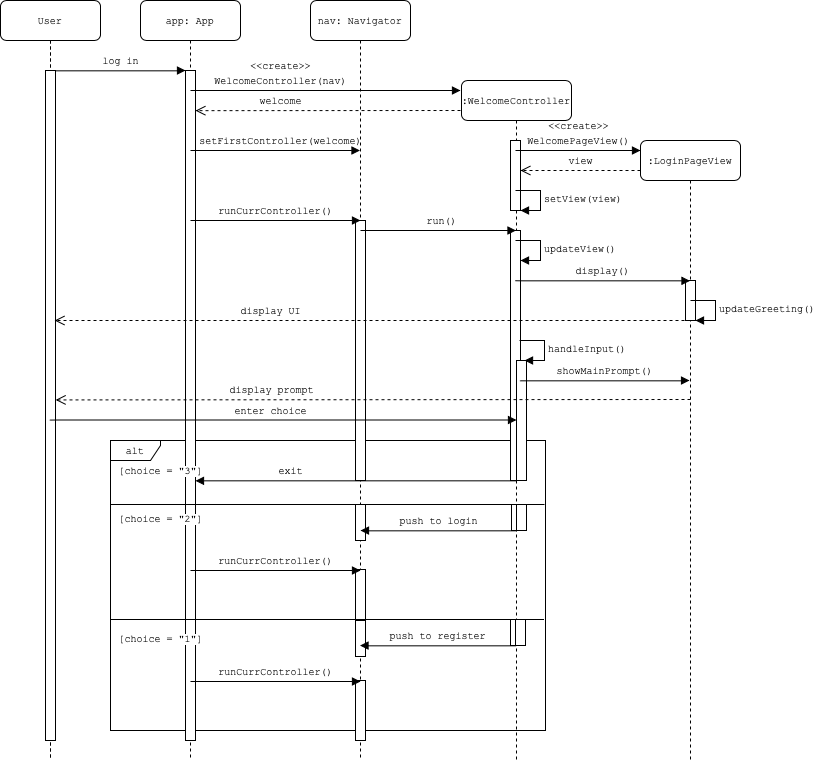
emmaneugene/CS102-social-magnet keeps this draw.io diagram as docs/sequence/welcome-sequence.png. Above is the earlier version. Source tidied: cells renumbered, new cells last; positions are measured from the earlier drawing's top-left corner, leaving out a move shared by most shapes.
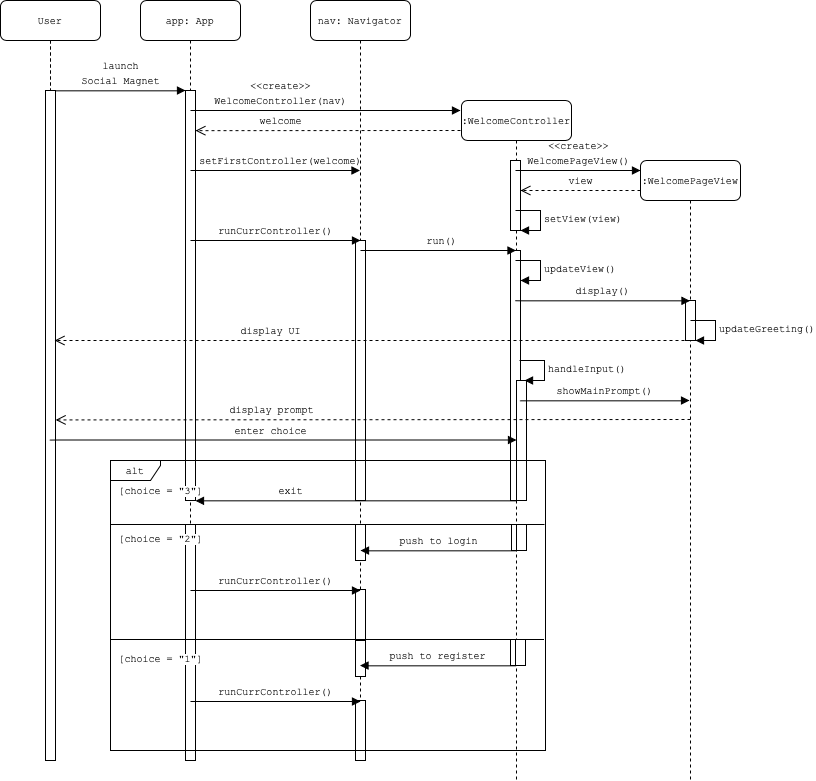
Later version of the same file.

Commit message:
Fix welcome sequence

The edit, as a diff of the source:
```diff
@@ -2,9 +2,6 @@
   <root>
     <mxCell id="0" />
     <mxCell id="1" parent="0" />
-    <mxCell id="2" value="&lt;font style=&quot;font-size: 10px&quot; face=&quot;Courier New&quot;&gt;alt&lt;/font&gt;" style="shape=umlFrame;whiteSpace=wrap;html=1;width=50;height=20;" parent="1" vertex="1">
-      <mxGeometry x="110" y="440" width="435" height="290" as="geometry" />
-    </mxCell>
     <mxCell id="3" value="&lt;font style=&quot;font-size: 10px&quot; face=&quot;Courier New&quot;&gt;:WelcomeController&lt;/font&gt;" style="shape=umlLifeline;perimeter=lifelinePerimeter;whiteSpace=wrap;html=1;outlineConnect=0;rounded=1;shadow=0;comic=0;labelBackgroundColor=none;strokeWidth=1;fontFamily=Verdana;fontSize=12;align=center;" parent="1" vertex="1">
       <mxGeometry x="461" y="80" width="110" height="680" as="geometry" />
     </mxCell>
@@ -18,30 +15,30 @@
       <mxGeometry x="510" y="140" width="10" height="70" as="geometry" />
     </mxCell>
     <mxCell id="7" value="&lt;font style=&quot;font-size: 10px&quot; face=&quot;Courier New&quot;&gt;app: App&lt;/font&gt;" style="shape=umlLifeline;perimeter=lifelinePerimeter;whiteSpace=wrap;html=1;rounded=1;shadow=0;comic=0;labelBackgroundColor=none;strokeWidth=1;fontFamily=Verdana;fontSize=12;align=center;" parent="1" vertex="1">
-      <mxGeometry x="140" width="100" height="760" as="geometry" />
+      <mxGeometry x="140" y="-20" width="100" height="760" as="geometry" />
     </mxCell>
     <mxCell id="8" style="html=1;points=[];perimeter=orthogonalPerimeter;rounded=0;shadow=0;comic=0;labelBackgroundColor=none;strokeWidth=1;fontFamily=Verdana;fontSize=12;align=center;" parent="7" vertex="1">
-      <mxGeometry x="45" y="70" width="10" height="480" as="geometry" />
+      <mxGeometry x="45" y="90" width="10" height="410" as="geometry" />
     </mxCell>
     <mxCell id="9" value="&lt;font face=&quot;Courier New&quot; style=&quot;font-size: 10px ; background-color: rgb(255 , 255 , 255)&quot;&gt;[choice = &quot;3&quot;]&lt;/font&gt;" style="text;html=1;align=center;verticalAlign=middle;" parent="7" vertex="1">
-      <mxGeometry x="-30" y="460" width="100" height="20" as="geometry" />
+      <mxGeometry x="-30" y="480" width="100" height="20" as="geometry" />
     </mxCell>
     <mxCell id="10" style="html=1;perimeter=orthogonalPerimeter;rounded=0;shadow=0;comic=0;labelBackgroundColor=none;strokeWidth=1;fontFamily=Verdana;fontSize=12;align=center;" parent="7" vertex="1">
-      <mxGeometry x="45" y="504" width="10" height="236" as="geometry" />
+      <mxGeometry x="45" y="524" width="10" height="236" as="geometry" />
     </mxCell>
-    <mxCell id="11" value="&lt;span style=&quot;font-family: &amp;#34;courier new&amp;#34; ; font-size: 10px&quot;&gt;:LoginPageView&lt;/span&gt;" style="shape=umlLifeline;perimeter=lifelinePerimeter;whiteSpace=wrap;html=1;outlineConnect=0;rounded=1;shadow=0;comic=0;labelBackgroundColor=none;strokeWidth=1;fontFamily=Verdana;fontSize=12;align=center;" parent="1" vertex="1">
+    <mxCell id="11" value="&lt;font face=&quot;courier new&quot; size=&quot;1&quot;&gt;:WelcomePageView&lt;/font&gt;" style="shape=umlLifeline;perimeter=lifelinePerimeter;whiteSpace=wrap;html=1;outlineConnect=0;rounded=1;shadow=0;comic=0;labelBackgroundColor=none;strokeWidth=1;fontFamily=Verdana;fontSize=12;align=center;" parent="1" vertex="1">
       <mxGeometry x="640" y="140" width="100" height="620" as="geometry" />
     </mxCell>
     <mxCell id="12" style="html=1;perimeter=orthogonalPerimeter;rounded=0;shadow=0;comic=0;labelBackgroundColor=none;strokeWidth=1;fontFamily=Verdana;fontSize=12;align=center;" parent="11" vertex="1">
       <mxGeometry x="45" y="140" width="10" height="40" as="geometry" />
     </mxCell>
     <mxCell id="13" value="&lt;font style=&quot;font-size: 10px&quot; face=&quot;Courier New&quot;&gt;User&lt;/font&gt;" style="shape=umlLifeline;perimeter=lifelinePerimeter;whiteSpace=wrap;html=1;rounded=1;shadow=0;comic=0;labelBackgroundColor=none;strokeWidth=1;fontFamily=Verdana;fontSize=12;align=center;" parent="1" vertex="1">
-      <mxGeometry width="100" height="760" as="geometry" />
+      <mxGeometry y="-20" width="100" height="760" as="geometry" />
     </mxCell>
     <mxCell id="14" style="html=1;points=[];perimeter=orthogonalPerimeter;rounded=0;shadow=0;comic=0;labelBackgroundColor=none;strokeWidth=1;fontFamily=Verdana;fontSize=12;align=center;" parent="13" vertex="1">
-      <mxGeometry x="45" y="70" width="10" height="670" as="geometry" />
+      <mxGeometry x="45" y="90" width="10" height="670" as="geometry" />
     </mxCell>
-    <mxCell id="15" value="&lt;font face=&quot;Courier New&quot; size=&quot;1&quot;&gt;log in&lt;/font&gt;" style="html=1;verticalAlign=bottom;endArrow=block;entryX=0;entryY=0;labelBackgroundColor=none;fontFamily=Verdana;fontSize=12;edgeStyle=elbowEdgeStyle;elbow=vertical;" parent="1" edge="1" source="14" target="8">
+    <mxCell id="15" value="&lt;font face=&quot;Courier New&quot; size=&quot;1&quot;&gt;launch&lt;br&gt;Social Magnet&lt;br&gt;&lt;/font&gt;" style="html=1;verticalAlign=bottom;endArrow=block;entryX=0;entryY=0;labelBackgroundColor=none;fontFamily=Verdana;fontSize=12;edgeStyle=elbowEdgeStyle;elbow=vertical;" parent="1" edge="1" source="14" target="8">
       <mxGeometry relative="1" as="geometry" />
     </mxCell>
     <mxCell id="16" value="&lt;font face=&quot;Courier New&quot; style=&quot;font-size: 10px&quot;&gt;&amp;lt;&amp;lt;create&amp;gt;&amp;gt;&lt;br&gt;WelcomeController(nav)&lt;/font&gt;" style="html=1;verticalAlign=bottom;endArrow=block;labelBackgroundColor=none;fontFamily=Verdana;fontSize=12;edgeStyle=elbowEdgeStyle;elbow=vertical;" parent="1" edge="1">
@@ -93,29 +90,29 @@
       </mxGeometry>
     </mxCell>
     <mxCell id="20" value="&lt;font style=&quot;font-size: 10px&quot; face=&quot;Courier New&quot;&gt;nav: Navigator&lt;/font&gt;" style="shape=umlLifeline;perimeter=lifelinePerimeter;whiteSpace=wrap;html=1;rounded=1;shadow=0;comic=0;labelBackgroundColor=none;strokeWidth=1;fontFamily=Verdana;fontSize=12;align=center;" parent="1" vertex="1">
-      <mxGeometry x="310" width="100" height="760" as="geometry" />
+      <mxGeometry x="310" y="-20" width="100" height="760" as="geometry" />
     </mxCell>
     <mxCell id="21" style="html=1;perimeter=orthogonalPerimeter;rounded=0;shadow=0;comic=0;labelBackgroundColor=none;strokeWidth=1;fontFamily=Verdana;fontSize=12;align=center;" parent="20" vertex="1">
-      <mxGeometry x="45" y="220" width="10" height="260" as="geometry" />
+      <mxGeometry x="45" y="240" width="10" height="260" as="geometry" />
     </mxCell>
     <mxCell id="22" style="html=1;perimeter=orthogonalPerimeter;rounded=0;shadow=0;comic=0;labelBackgroundColor=none;strokeWidth=1;fontFamily=Verdana;fontSize=12;align=center;" parent="20" vertex="1">
-      <mxGeometry x="45" y="504" width="10" height="36" as="geometry" />
+      <mxGeometry x="45" y="524" width="10" height="36" as="geometry" />
     </mxCell>
     <mxCell id="23" style="html=1;perimeter=orthogonalPerimeter;rounded=0;shadow=0;comic=0;labelBackgroundColor=none;strokeWidth=1;fontFamily=Verdana;fontSize=12;align=center;" parent="20" vertex="1">
-      <mxGeometry x="45" y="569" width="10" height="50" as="geometry" />
+      <mxGeometry x="45" y="589" width="10" height="50" as="geometry" />
     </mxCell>
     <mxCell id="24" value="&lt;font face=&quot;Courier New&quot; size=&quot;1&quot;&gt;runCurrController()&lt;/font&gt;" style="html=1;verticalAlign=bottom;endArrow=block;labelBackgroundColor=none;fontFamily=Verdana;fontSize=12;edgeStyle=elbowEdgeStyle;elbow=vertical;" parent="20" edge="1">
       <mxGeometry relative="1" as="geometry">
-        <mxPoint x="-120" y="570" as="sourcePoint" />
-        <mxPoint x="50" y="570" as="targetPoint" />
+        <mxPoint x="-120" y="590" as="sourcePoint" />
+        <mxPoint x="50" y="590" as="targetPoint" />
         <Array as="points">
-          <mxPoint x="-40" y="570" />
-          <mxPoint x="5" y="580" />
+          <mxPoint x="-40" y="590" />
+          <mxPoint x="5" y="600" />
         </Array>
       </mxGeometry>
     </mxCell>
     <mxCell id="25" style="html=1;perimeter=orthogonalPerimeter;rounded=0;shadow=0;comic=0;labelBackgroundColor=none;strokeWidth=1;fontFamily=Verdana;fontSize=12;align=center;" parent="20" vertex="1">
-      <mxGeometry x="45" y="620" width="10" height="36" as="geometry" />
+      <mxGeometry x="45" y="640" width="10" height="36" as="geometry" />
     </mxCell>
     <mxCell id="26" value="&lt;font face=&quot;Courier New&quot; size=&quot;1&quot;&gt;view&lt;/font&gt;" style="html=1;verticalAlign=bottom;endArrow=open;dashed=1;endSize=8;labelBackgroundColor=none;fontFamily=Verdana;fontSize=12;exitX=0.5;exitY=0.976;exitDx=0;exitDy=0;exitPerimeter=0;" parent="1" edge="1">
       <mxGeometry relative="1" as="geometry">
@@ -263,5 +260,8 @@
     <mxCell id="50" style="html=1;perimeter=orthogonalPerimeter;rounded=0;shadow=0;comic=0;labelBackgroundColor=none;strokeWidth=1;fontFamily=Verdana;fontSize=12;align=center;" parent="1" vertex="1">
       <mxGeometry x="515" y="619" width="10" height="26" as="geometry" />
     </mxCell>
+    <mxCell id="2" value="&lt;font style=&quot;font-size: 10px&quot; face=&quot;Courier New&quot;&gt;alt&lt;/font&gt;" style="shape=umlFrame;whiteSpace=wrap;html=1;width=50;height=20;" parent="1" vertex="1">
+      <mxGeometry x="110" y="440" width="435" height="290" as="geometry" />
+    </mxCell>
   </root>
 </mxGraphModel>
```
